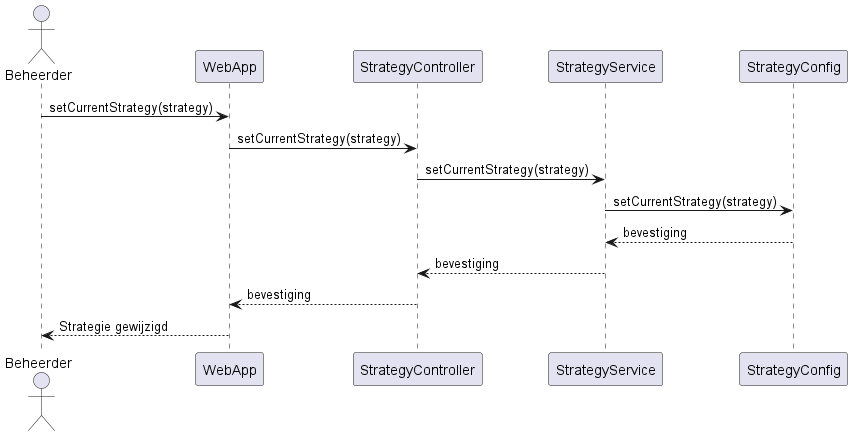
Earlier version of the PlantUML export opdracht-diagrammen/sequenceDiagramSwitchAPI.png (AIM-ENE-feb25/triptop-groep-b2).
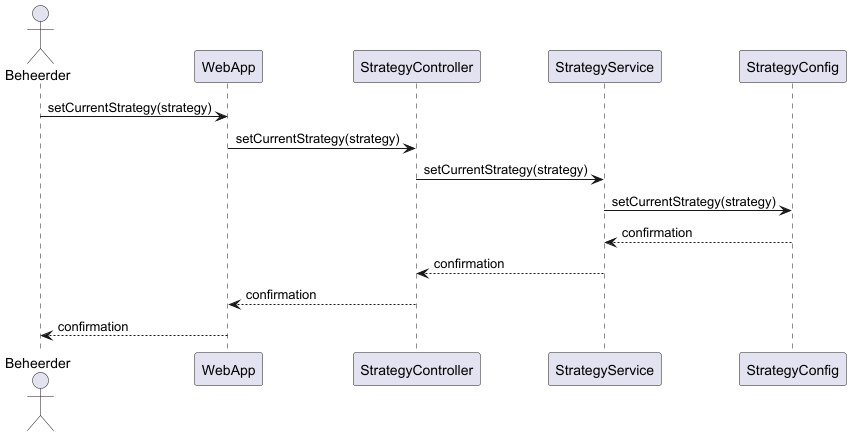
After the change.

Change to the diagram source:
```diff
@@ -9,8 +9,8 @@
 WebApp -> StrategyController : setCurrentStrategy(strategy)
 StrategyController -> StrategyService : setCurrentStrategy(strategy)
 StrategyService -> StrategyConfig : setCurrentStrategy(strategy)
-StrategyConfig --> StrategyService : bevestiging
-StrategyService --> StrategyController : bevestiging
-StrategyController --> WebApp : bevestiging
-WebApp --> Beheerder : Strategie gewijzigd
+StrategyConfig --> StrategyService : confirmation
+StrategyService --> StrategyController : confirmation
+StrategyController --> WebApp : confirmation
+WebApp --> Beheerder : confirmation
 @enduml
```
